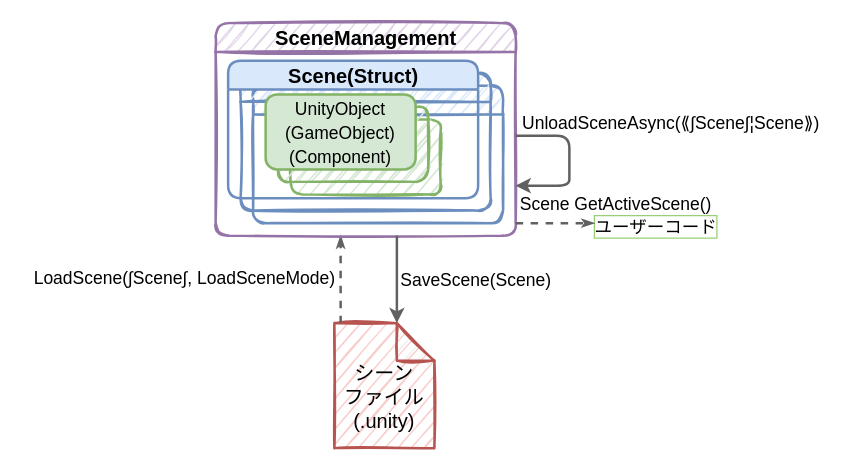
asreia/Hub keeps this draw.io diagram as page "ページ2" (2 of 9) of Unity_memo/画像/構成図.drawio. Above is the earlier version. Source tidied: cells renumbered, new cells numbered last; positions are measured from the earlier drawing's top-left corner, leaving out a move shared by most shapes. Both pictures are drawn from the tidied source at 125%, with x=0, y=0 at pixel (21, 22).
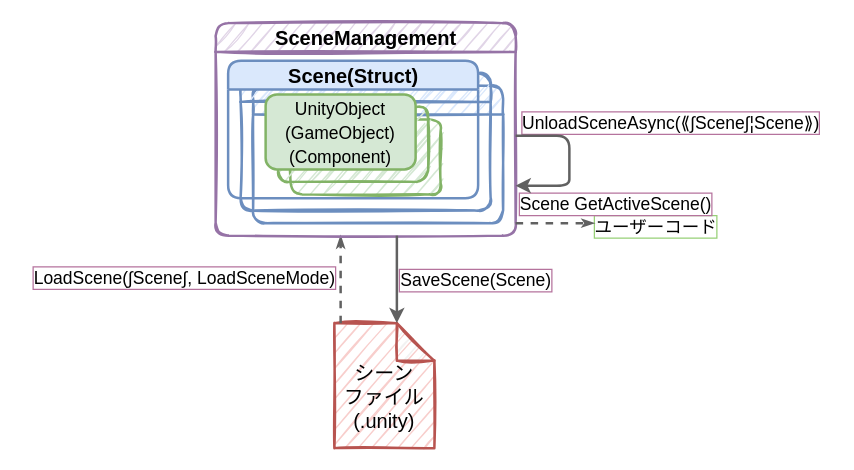
After the change.

Diff of the diagram source:
```diff
@@
-    <mxCell id="4" value="LoadScene(∫Scene∫, LoadSceneMode)" style="text;html=1;align=center;verticalAlign=middle;strokeColor=none;fillColor=none;fontSize=14;" parent="1" vertex="1">
+    <mxCell id="4" value="LoadScene(∫Scene∫, LoadSceneMode)" style="text;html=1;align=center;verticalAlign=middle;strokeColor=none;fillColor=none;fontSize=14;labelBorderColor=#B5739D;" parent="1" vertex="1">
       <mxGeometry y="189" width="260" height="30" as="geometry" />
     </mxCell>
-    <mxCell id="5" value="SaveScene(Scene)" style="text;html=1;align=center;verticalAlign=middle;strokeColor=none;fillColor=none;fontSize=14;" parent="1" vertex="1">
+    <mxCell id="5" value="SaveScene(Scene)" style="text;html=1;align=center;verticalAlign=middle;strokeColor=none;fillColor=none;fontSize=14;labelBorderColor=#B5739D;" parent="1" vertex="1">
       <mxGeometry x="293" y="191" width="140" height="30" as="geometry" />
     </mxCell>
@@
-    <mxCell id="17" value="UnloadSceneAsync(⟪∫Scene∫¦Scene⟫)" style="text;html=1;align=center;verticalAlign=middle;strokeColor=none;fillColor=none;fontSize=14;" parent="1" vertex="1">
+    <mxCell id="17" value="UnloadSceneAsync(⟪∫Scene∫¦Scene⟫)" style="text;html=1;align=center;verticalAlign=middle;strokeColor=none;fillColor=none;fontSize=14;labelBorderColor=#B5739D;" parent="1" vertex="1">
       <mxGeometry x="389" y="65" width="260" height="30" as="geometry" />
     </mxCell>
@@
-    <mxCell id="19" value="Scene GetActiveScene()" style="text;html=1;align=center;verticalAlign=middle;strokeColor=none;fillColor=none;fontSize=14;" parent="1" vertex="1">
+    <mxCell id="19" value="Scene GetActiveScene()" style="text;html=1;align=center;verticalAlign=middle;strokeColor=none;fillColor=none;fontSize=14;labelBorderColor=#B5739D;" parent="1" vertex="1">
       <mxGeometry x="385" y="130" width="180" height="30" as="geometry" />
     </mxCell>
```
